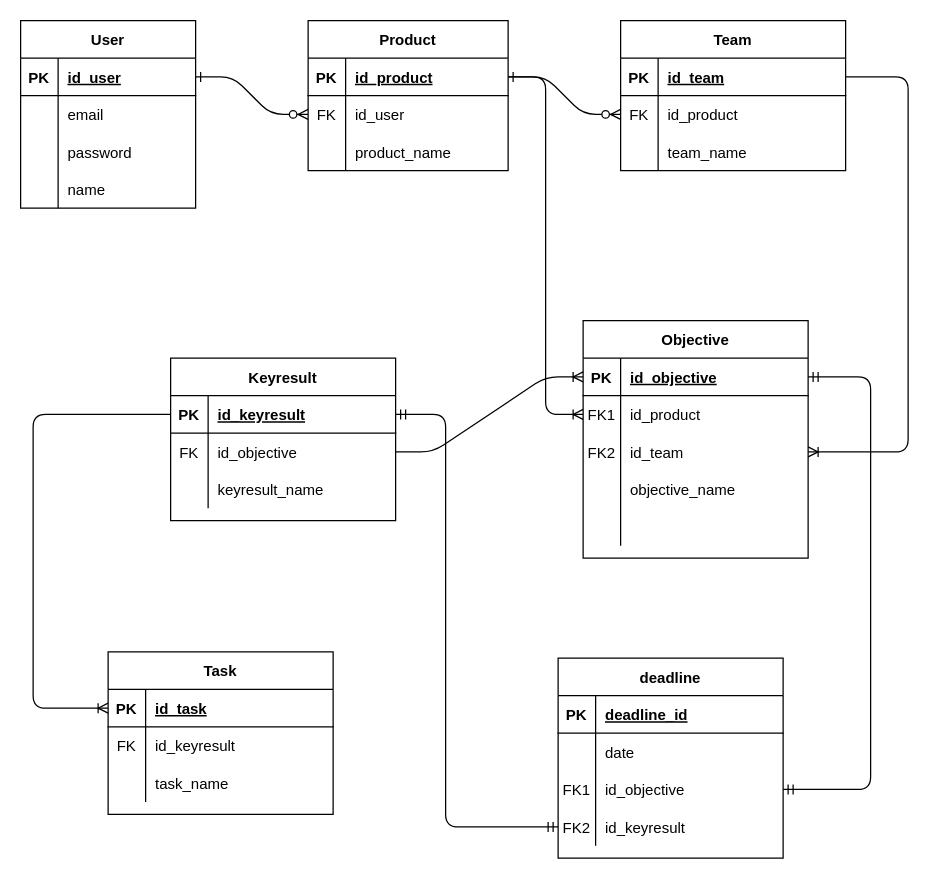
ajied/Sistem-Monitoring-Kinerja-Pencapaian-Objective-Tim-Scrum-Menggunakan-OKR keeps this draw.io diagram as Database Design.drawio. Above is the earlier version. Source tidied: cells renumbered, new cells numbered last; positions are measured from the earlier drawing's top-left corner, leaving out a move shared by most shapes. Both pictures are drawn from the tidied source at 125%, with x=0, y=0 at pixel (20, 20).
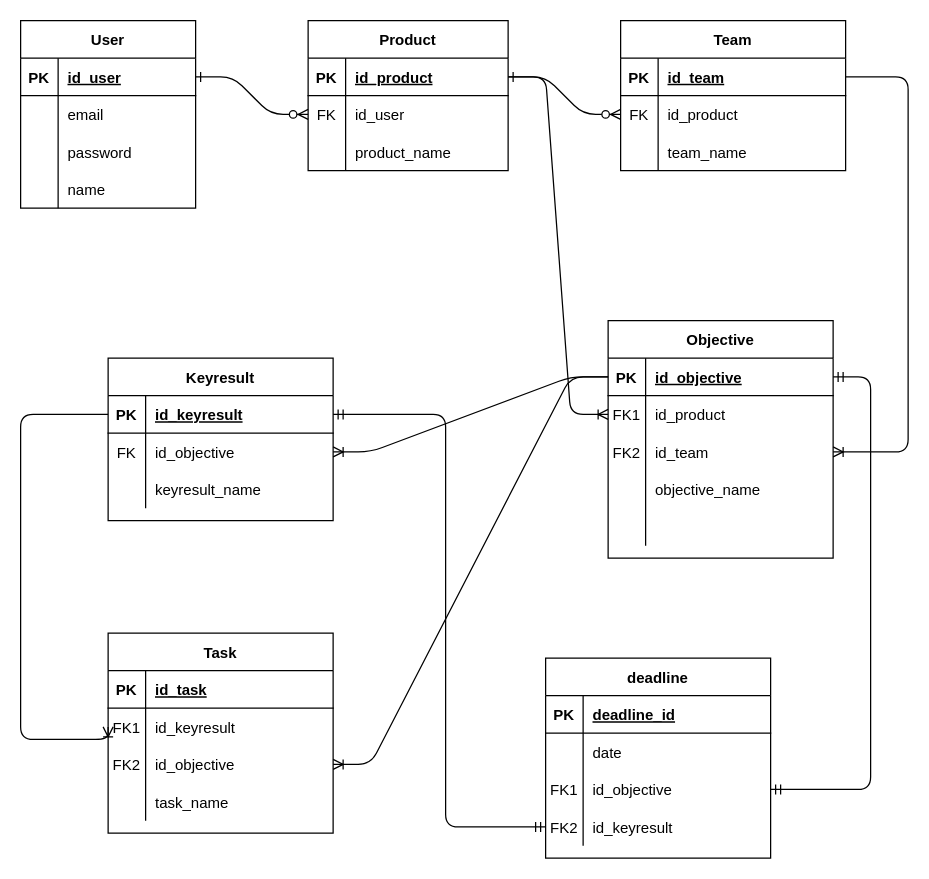
Above is the later version.

The change refers to these unchanged cells:
```xml
<mxCell id="28" style="shape=partialRectangle;fillColor=none;top=0;left=0;bottom=1;right=0;points=[[0,0.5],[1,0.5]];portConstraint=eastwest;" parent="27" vertex="1">
  <mxGeometry y="30" width="180" height="30" as="geometry" />
</mxCell>
<mxCell id="56" style="shape=partialRectangle;fillColor=none;top=0;left=0;bottom=1;right=0;points=[[0,0.5],[1,0.5]];portConstraint=eastwest;" parent="55" vertex="1">
  <mxGeometry y="30" width="180" height="30" as="geometry" />
</mxCell>
<mxCell id="59" style="shape=partialRectangle;fillColor=none;top=0;left=0;bottom=0;right=0;points=[[0,0.5],[1,0.5]];portConstraint=eastwest;" parent="55" vertex="1">
  <mxGeometry y="60" width="180" height="30" as="geometry" />
</mxCell>
<mxCell id="82" style="shape=partialRectangle;fillColor=none;top=0;left=0;bottom=1;right=0;points=[[0,0.5],[1,0.5]];portConstraint=eastwest;" parent="81" vertex="1">
  <mxGeometry y="30" width="180" height="30" as="geometry" />
</mxCell>
<mxCell id="85" style="shape=partialRectangle;fillColor=none;top=0;left=0;bottom=0;right=0;points=[[0,0.5],[1,0.5]];portConstraint=eastwest;" parent="81" vertex="1">
  <mxGeometry y="60" width="180" height="30" as="geometry" />
</mxCell>
```

What changed in the source:
```diff
@@
     <mxCell id="27" value="Objective" style="shape=table;startSize=30;childLayout=tableLayout;rowLines=0;fontStyle=1;align=center;" parent="1" vertex="1">
-      <mxGeometry x="450" y="240" width="180" height="190" as="geometry" />
+      <mxGeometry x="470" y="240" width="180" height="190" as="geometry" />
     </mxCell>
@@
     <mxCell id="55" value="Keyresult" style="shape=table;startSize=30;childLayout=tableLayout;rowLines=0;fontStyle=1;align=center;" parent="1" vertex="1">
-      <mxGeometry x="120" y="270" width="180" height="130" as="geometry" />
+      <mxGeometry x="70" y="270" width="180" height="130" as="geometry" />
     </mxCell>
@@
-    <mxCell id="65" style="edgeStyle=entityRelationEdgeStyle;fontSize=12;html=1;endArrow=ERoneToMany;entryX=0;entryY=0.5;entryDx=0;entryDy=0;exitX=1;exitY=0.5;exitDx=0;exitDy=0;" parent="1" edge="1" source="59" target="28">
-      <mxGeometry relative="1" as="geometry" />
-    </mxCell>
     <mxCell id="66" value="deadline" style="shape=table;startSize=30;childLayout=tableLayout;rowLines=0;fontStyle=1;align=center;" parent="1" vertex="1">
-      <mxGeometry x="430" y="510" width="180" height="160" as="geometry" />
+      <mxGeometry x="420" y="510" width="180" height="160" as="geometry" />
     </mxCell>
@@
     <mxCell id="81" value="Task" style="shape=table;startSize=30;childLayout=tableLayout;rowLines=0;fontStyle=1;align=center;" parent="1" vertex="1">
-      <mxGeometry x="70" y="505" width="180" height="130" as="geometry" />
+      <mxGeometry x="70" y="490" width="180" height="160" as="geometry" />
     </mxCell>
@@
-    <mxCell id="86" value="FK" style="shape=partialRectangle;fillColor=none;top=0;left=0;bottom=0;right=0;fontStyle=0;overflow=hidden;" parent="85" vertex="1">
+    <mxCell id="86" value="FK1" style="shape=partialRectangle;fillColor=none;top=0;left=0;bottom=0;right=0;fontStyle=0;overflow=hidden;" parent="85" vertex="1">
       <mxGeometry width="30" height="30" as="geometry" />
     </mxCell>
@@
+    <mxCell id="92" style="shape=partialRectangle;fillColor=none;top=0;left=0;bottom=0;right=0;points=[[0,0.5],[1,0.5]];portConstraint=eastwest;" parent="81" vertex="1">
+      <mxGeometry y="90" width="180" height="30" as="geometry" />
+    </mxCell>
+    <mxCell id="93" value="FK2" style="shape=partialRectangle;fillColor=none;top=0;left=0;bottom=0;right=0;fontStyle=0;overflow=hidden;" parent="92" vertex="1">
+      <mxGeometry width="30" height="30" as="geometry" />
+    </mxCell>
+    <mxCell id="94" value="id_objective" style="shape=partialRectangle;fillColor=none;top=0;left=0;bottom=0;right=0;align=left;spacingLeft=6;fontStyle=0;overflow=hidden;" parent="92" vertex="1">
+      <mxGeometry x="30" width="150" height="30" as="geometry" />
+    </mxCell>
     <mxCell id="88" style="shape=partialRectangle;fillColor=none;top=0;left=0;bottom=0;right=0;" parent="81" vertex="1">
-      <mxGeometry y="90" width="180" height="30" as="geometry" />
+      <mxGeometry y="120" width="180" height="30" as="geometry" />
     </mxCell>
@@
-    <mxCell id="91" style="edgeStyle=orthogonalEdgeStyle;fontSize=12;html=1;endArrow=ERoneToMany;exitX=0;exitY=0.5;exitDx=0;exitDy=0;entryX=0;entryY=0.5;entryDx=0;entryDy=0;" parent="1" edge="1" source="56" target="82">
-      <mxGeometry relative="1" as="geometry">
-        <Array as="points">
-          <mxPoint x="10" y="315" />
-          <mxPoint x="10" y="550" />
-        </Array>
-      </mxGeometry>
-    </mxCell>
+    <mxCell id="95" style="edgeStyle=orthogonalEdgeStyle;fontSize=12;html=1;endArrow=ERoneToMany;entryX=0;entryY=0.5;entryDx=0;entryDy=0;exitX=0;exitY=0.5;exitDx=0;exitDy=0;" parent="1" edge="1" source="56" target="85">
+      <mxGeometry relative="1" as="geometry">
+        <Array as="points">
+          <mxPoint y="315" />
+          <mxPoint y="575" />
+        </Array>
+      </mxGeometry>
+    </mxCell>
+    <mxCell id="96" style="edgeStyle=entityRelationEdgeStyle;fontSize=12;html=1;endArrow=ERoneToMany;entryX=1;entryY=0.5;entryDx=0;entryDy=0;exitX=0;exitY=0.5;exitDx=0;exitDy=0;" parent="1" edge="1" source="28" target="92">
+      <mxGeometry relative="1" as="geometry" />
+    </mxCell>
+    <mxCell id="97" style="edgeStyle=entityRelationEdgeStyle;fontSize=12;html=1;endArrow=ERoneToMany;entryX=1;entryY=0.5;entryDx=0;entryDy=0;exitX=0;exitY=0.5;exitDx=0;exitDy=0;" parent="1" edge="1" source="28" target="59">
+      <mxGeometry relative="1" as="geometry" />
+    </mxCell>
```
